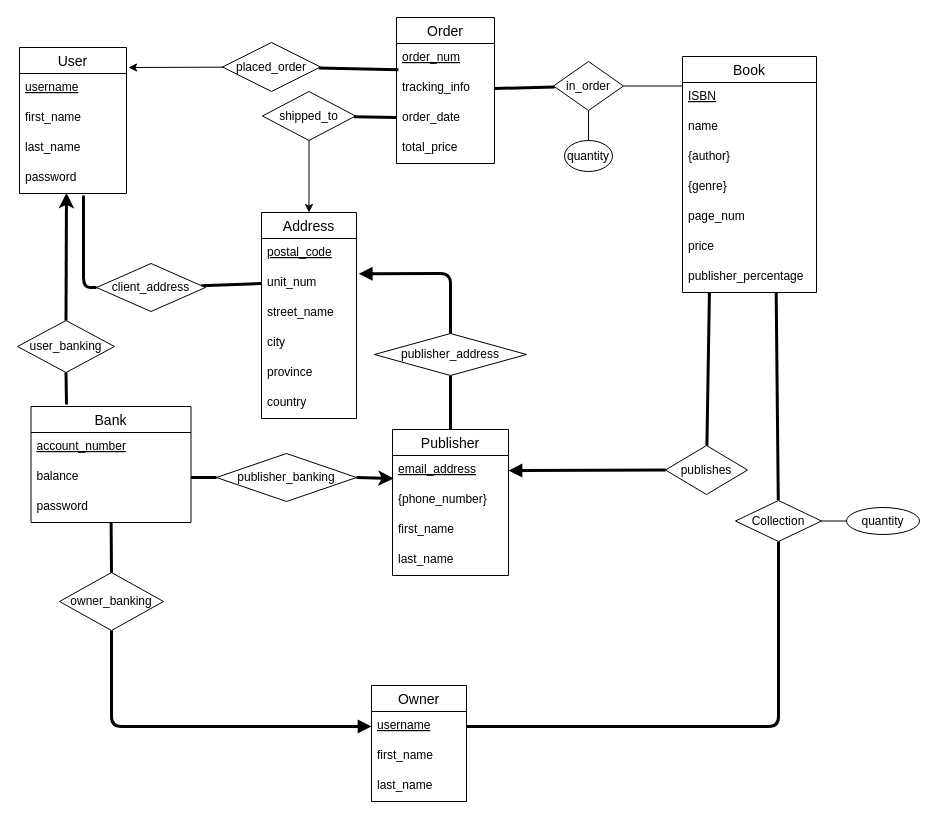
Above: Diagrams/2.1 Conceptual Design.drawio in MiniEinsteinD/BookStore (draw.io), before the change. Source tidied: cells renumbered, new cells numbered last; positions are measured from the earlier drawing's top-left corner, leaving out a move shared by most shapes. Both pictures are drawn from the tidied source at 100%, with x=0, y=0 at pixel (17, 17).
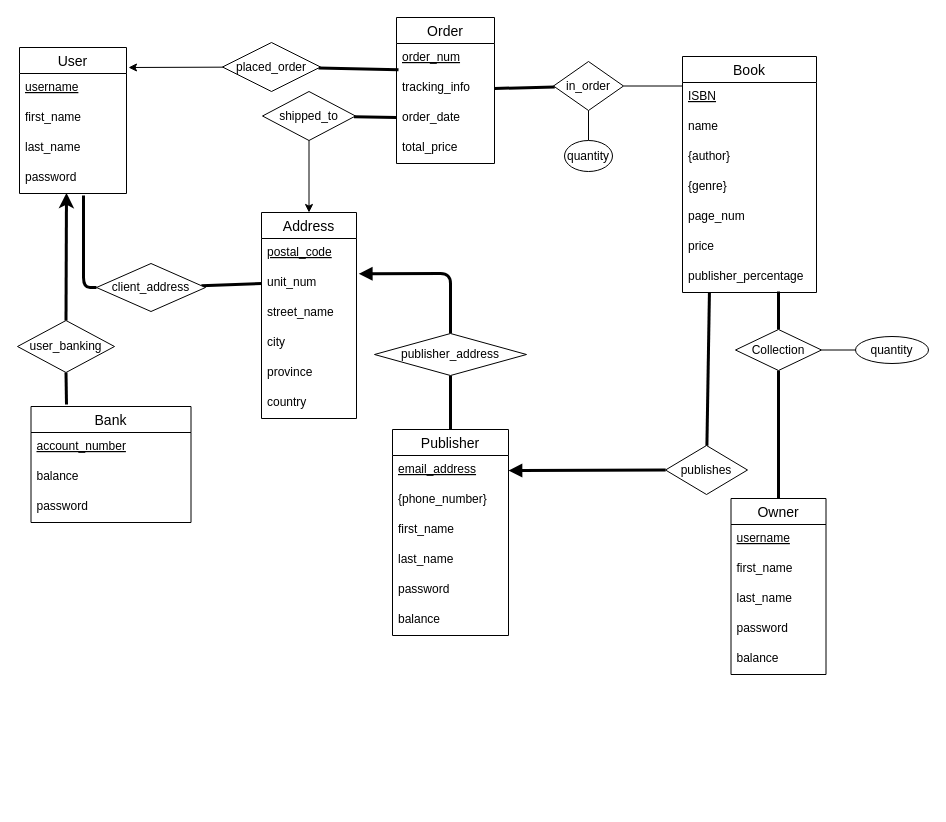
After the change.

Commit message (it also covers changes not shown here):
completed DDL

The change refers to these unchanged cells:
```xml
<mxCell id="14" value="publisher_percentage" style="text;strokeColor=none;fillColor=none;spacingLeft=4;spacingRight=4;overflow=hidden;points=[[0,0.5],[1,0.5]];portConstraint=eastwest;fontSize=12;fontColor=default;" parent="7" vertex="1">
  <mxGeometry y="206" width="134" height="30" as="geometry" />
</mxCell>
<mxCell id="22" value="balance" style="text;strokeColor=none;fillColor=none;spacingLeft=4;spacingRight=4;overflow=hidden;points=[[0,0.5],[1,0.5]];portConstraint=eastwest;fontSize=12;fontColor=default;" parent="20" vertex="1">
  <mxGeometry y="56" width="160" height="30" as="geometry" />
</mxCell>
<mxCell id="23" value="password" style="text;strokeColor=none;fillColor=none;spacingLeft=4;spacingRight=4;overflow=hidden;points=[[0,0.5],[1,0.5]];portConstraint=eastwest;fontSize=12;fontColor=default;" parent="20" vertex="1">
  <mxGeometry y="86" width="160" height="30" as="geometry" />
</mxCell>
<mxCell id="38" value="email_address" style="text;strokeColor=none;fillColor=none;spacingLeft=4;spacingRight=4;overflow=hidden;points=[[0,0.5],[1,0.5]];portConstraint=eastwest;fontSize=12;fontStyle=4;" parent="37" vertex="1">
  <mxGeometry y="26" width="116" height="30" as="geometry" />
</mxCell>
<mxCell id="43" value="username" style="text;strokeColor=none;fillColor=none;spacingLeft=4;spacingRight=4;overflow=hidden;points=[[0,0.5],[1,0.5]];portConstraint=eastwest;fontSize=12;fontStyle=4;" parent="42" vertex="1">
  <mxGeometry y="26" width="95" height="30" as="geometry" />
</mxCell>
```

Diff of the diagram source:
```diff
@@
-    <mxCell id="15" style="edgeStyle=none;html=1;entryX=1;entryY=0.5;entryDx=0;entryDy=0;endArrow=none;endFill=0;strokeWidth=3;" parent="1" edge="1" source="17" target="43">
-      <mxGeometry relative="1" as="geometry">
-        <Array as="points">
-          <mxPoint x="761" y="709" />
-        </Array>
-      </mxGeometry>
+    <mxCell id="15" style="edgeStyle=none;html=1;entryX=0.5;entryY=0;entryDx=0;entryDy=0;endArrow=none;endFill=0;strokeWidth=3;" parent="1" edge="1" source="17" target="42">
+      <mxGeometry relative="1" as="geometry" />
     </mxCell>
-    <mxCell id="16" style="edgeStyle=none;html=1;endArrow=none;endFill=0;strokeWidth=3;startArrow=none;startFill=0;entryX=0.699;entryY=0.987;entryDx=0;entryDy=0;entryPerimeter=0;" parent="1" edge="1" source="17" target="14">
-      <mxGeometry relative="1" as="geometry" />
+    <mxCell id="16" style="edgeStyle=none;html=1;endArrow=none;endFill=0;strokeWidth=3;startArrow=none;startFill=0;" parent="1" edge="1" source="17">
+      <mxGeometry relative="1" as="geometry">
+        <mxPoint x="761" y="274" as="targetPoint" />
+      </mxGeometry>
     </mxCell>
     <mxCell id="17" value="Collection" style="shape=rhombus;perimeter=rhombusPerimeter;whiteSpace=wrap;html=1;align=center;fontColor=default;" parent="1" vertex="1">
-      <mxGeometry x="718" y="483" width="86" height="41" as="geometry" />
+      <mxGeometry x="718" y="312" width="86" height="41" as="geometry" />
     </mxCell>
@@
     <mxCell id="19" value="&lt;span style=&quot;text-align: left&quot;&gt;quantity&lt;/span&gt;" style="ellipse;whiteSpace=wrap;html=1;align=center;fontColor=default;" parent="1" vertex="1">
-      <mxGeometry x="829" y="490" width="73" height="27" as="geometry" />
+      <mxGeometry x="838" y="319" width="73" height="27" as="geometry" />
     </mxCell>
@@
     <mxCell id="37" value="Publisher" style="swimlane;fontStyle=0;horizontal=1;startSize=26;align=center;fontSize=14;" parent="1" vertex="1">
-      <mxGeometry x="375" y="412" width="116" height="146" as="geometry" />
+      <mxGeometry x="375" y="412" width="116" height="206" as="geometry" />
     </mxCell>
@@
+    <mxCell id="74" value="password" style="text;strokeColor=none;fillColor=none;spacingLeft=4;spacingRight=4;overflow=hidden;fontSize=12;" parent="37" vertex="1">
+      <mxGeometry y="146" width="116" height="30" as="geometry" />
+    </mxCell>
+    <mxCell id="75" value="balance" style="text;strokeColor=none;fillColor=none;spacingLeft=4;spacingRight=4;overflow=hidden;fontSize=12;" parent="37" vertex="1">
+      <mxGeometry y="176" width="116" height="30" as="geometry" />
+    </mxCell>
     <mxCell id="42" value="Owner" style="swimlane;fontStyle=0;horizontal=1;startSize=26;align=center;fontSize=14;" parent="1" vertex="1">
-      <mxGeometry x="354" y="668" width="95" height="116" as="geometry" />
+      <mxGeometry x="713.5" y="481" width="95" height="176" as="geometry" />
     </mxCell>
@@
-    <mxCell id="46" style="html=1;fontColor=default;endArrow=block;endFill=1;exitX=0.5;exitY=1;exitDx=0;exitDy=0;strokeWidth=3;entryX=0;entryY=0.5;entryDx=0;entryDy=0;" parent="1" edge="1" source="48" target="43">
-      <mxGeometry relative="1" as="geometry">
-        <Array as="points">
-          <mxPoint x="94" y="709" />
-        </Array>
-      </mxGeometry>
-    </mxCell>
-    <mxCell id="47" style="edgeStyle=none;html=1;exitX=0.5;exitY=0;exitDx=0;exitDy=0;endArrow=none;endFill=0;strokeWidth=3;" parent="1" edge="1" source="48" target="23">
-      <mxGeometry relative="1" as="geometry" />
-    </mxCell>
-    <mxCell id="48" value="owner_banking" style="shape=rhombus;perimeter=rhombusPerimeter;whiteSpace=wrap;html=1;align=center;fontColor=default;" parent="1" vertex="1">
-      <mxGeometry x="42" y="555" width="104" height="58" as="geometry" />
-    </mxCell>
-    <mxCell id="49" style="html=1;fontColor=default;endArrow=none;endFill=0;exitX=0;exitY=0.5;exitDx=0;exitDy=0;strokeWidth=3;entryX=1;entryY=0.5;entryDx=0;entryDy=0;" parent="1" edge="1" source="51" target="22">
-      <mxGeometry relative="1" as="geometry" />
-    </mxCell>
-    <mxCell id="50" style="edgeStyle=none;html=1;exitX=1;exitY=0.5;exitDx=0;exitDy=0;entryX=0.01;entryY=0.767;entryDx=0;entryDy=0;endArrow=classic;endFill=1;strokeWidth=3;entryPerimeter=0;" parent="1" edge="1" source="51" target="38">
-      <mxGeometry relative="1" as="geometry" />
-    </mxCell>
-    <mxCell id="51" value="publisher_banking" style="shape=rhombus;perimeter=rhombusPerimeter;whiteSpace=wrap;html=1;align=center;fontColor=default;" parent="1" vertex="1">
-      <mxGeometry x="199" y="436" width="140" height="48" as="geometry" />
-    </mxCell>
+    <mxCell id="76" value="password" style="text;strokeColor=none;fillColor=none;spacingLeft=4;spacingRight=4;overflow=hidden;fontSize=12;" parent="42" vertex="1">
+      <mxGeometry y="116" width="95" height="30" as="geometry" />
+    </mxCell>
+    <mxCell id="77" value="balance" style="text;strokeColor=none;fillColor=none;spacingLeft=4;spacingRight=4;overflow=hidden;fontSize=12;" parent="42" vertex="1">
+      <mxGeometry y="146" width="95" height="30" as="geometry" />
+    </mxCell>
```
